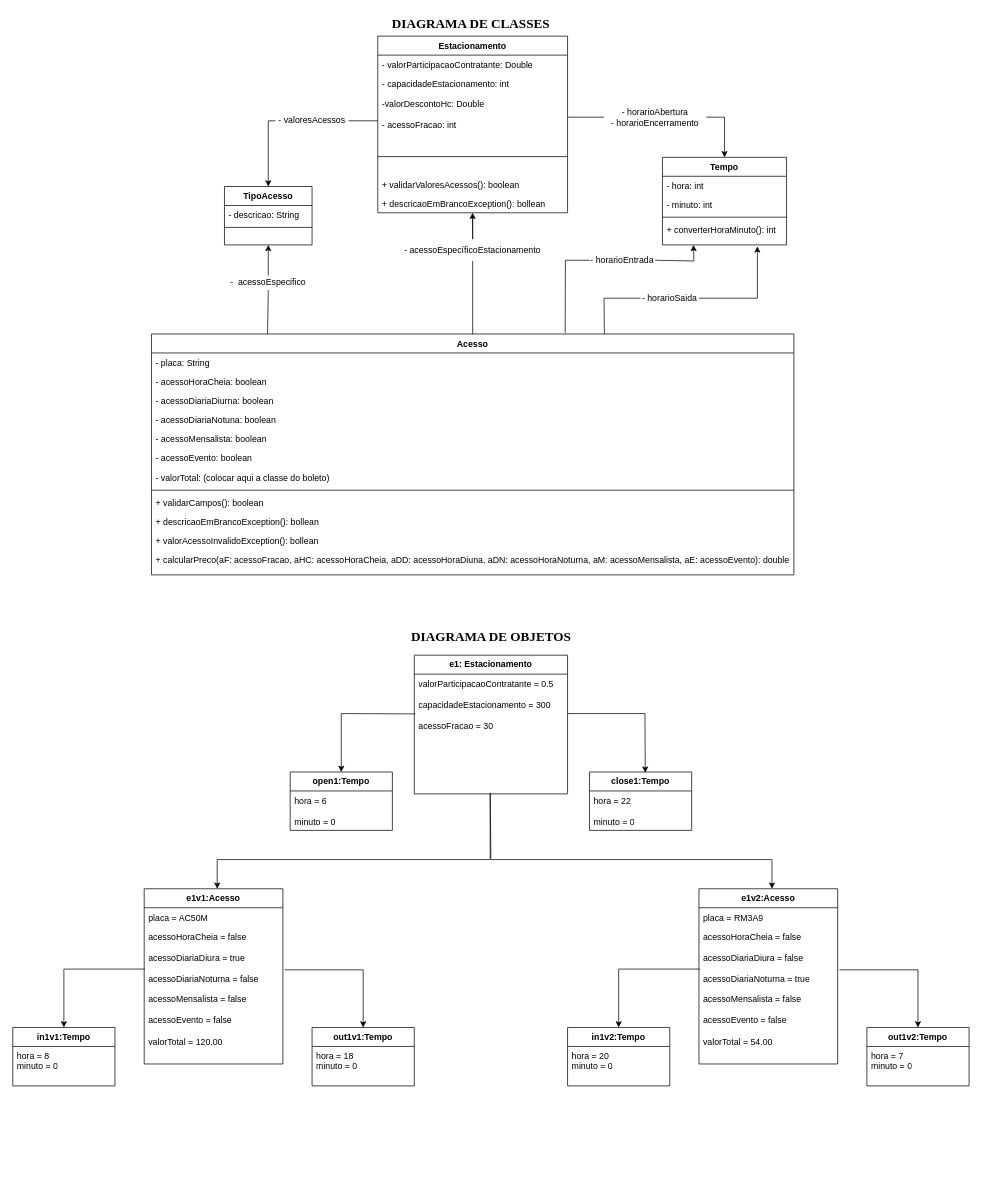
rodwendrel/orientacao-objetos keeps this draw.io diagram as diagramas/diagrama-classes.drawio. Above is the earlier version. Source tidied: cells renumbered, new cells numbered last; positions are measured from the earlier drawing's top-left corner, leaving out a move shared by most shapes. Both pictures are drawn from the tidied source at 73%, with x=0, y=0 at pixel (12, 12).
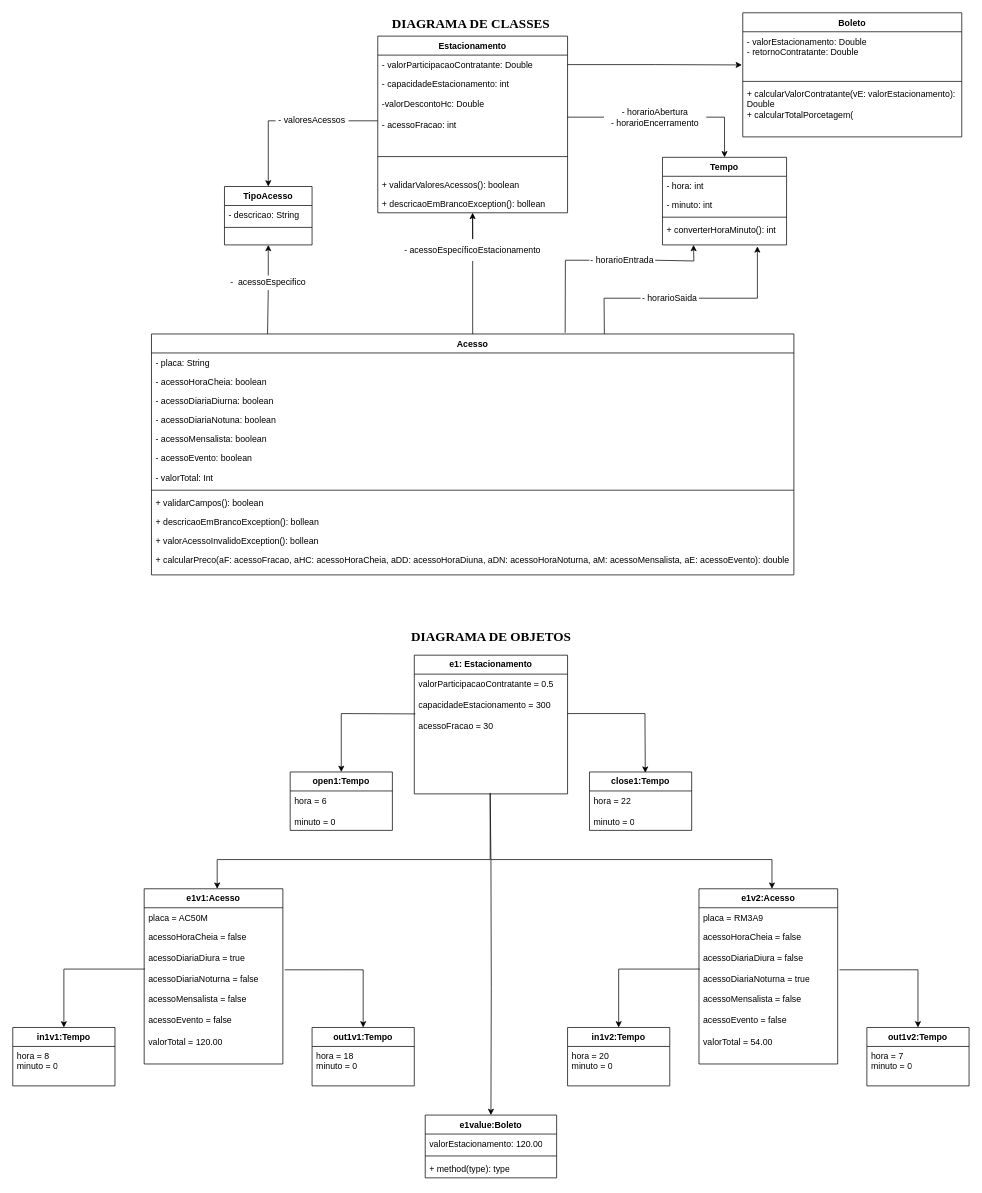
The same page after the edit.

Unchanged cells that the change refers to:
```xml
<mxCell id="3" value="- valorParticipacaoContratante: Double" style="text;align=left;verticalAlign=top;spacingLeft=4;spacingRight=4;overflow=hidden;points=[[0,0.5],[1,0.5]];portConstraint=eastwest;rounded=0;shadow=0;html=0;" parent="2" vertex="1">
  <mxGeometry y="26" width="260" height="26" as="geometry" />
</mxCell>
<mxCell id="8" value="Acesso" style="swimlane;fontStyle=1;align=center;verticalAlign=top;horizontal=1;startSize=26;rounded=0;shadow=0;strokeWidth=1;" parent="1" vertex="1">
  <mxGeometry x="190" y="440" width="880" height="330" as="geometry" />
</mxCell>
<mxCell id="49" value="&lt;b&gt;e1: Estacionamento&lt;/b&gt;" style="swimlane;fontStyle=0;horizontal=1;startSize=26;fillColor=none;whiteSpace=wrap;html=1;" parent="1" vertex="1">
  <mxGeometry x="550" y="880" width="210" height="190" as="geometry" />
</mxCell>
```

What changed in the source:
```diff
@@
-    <mxCell id="14" value="- acessoEvento: boolean&#10;&#10;- valorTotal: (colocar aqui a classe do boleto)" style="text;align=left;verticalAlign=top;spacingLeft=4;spacingRight=4;overflow=hidden;" parent="8" vertex="1">
+    <mxCell id="14" value="- acessoEvento: boolean&#10;&#10;- valorTotal: Int" style="text;align=left;verticalAlign=top;spacingLeft=4;spacingRight=4;overflow=hidden;" parent="8" vertex="1">
       <mxGeometry y="156" width="880" height="54" as="geometry" />
     </mxCell>
@@
-    <mxCell id="19" value="+ calcularPreco(aF: acessoFracao, aHC: acessoHoraCheia, aDD: acessoHoraDiuna, aDN: acessoHoraNoturna, aM: acessoMensalista, aE: acessoEvento): double" style="text;align=left;verticalAlign=top;spacingLeft=4;spacingRight=4;overflow=hidden;" parent="8" vertex="1">
+    <mxCell id="19" value="+ calcularPreco(aF: acessoFracao, aHC: acessoHoraCheia, aDD: acessoHoraDiuna, aDN: acessoHoraNoturna, aM: acessoMensalista, aE: acessoEvento): double&#10;" style="text;align=left;verticalAlign=top;spacingLeft=4;spacingRight=4;overflow=hidden;" parent="8" vertex="1">
       <mxGeometry y="296" width="880" height="26" as="geometry" />
     </mxCell>
@@
-    <mxCell id="50" value="valorParticipacaoContratante&lt;span style=&quot;white-space: pre;&quot;&gt; &lt;/span&gt;= 0.5&lt;br&gt;&lt;br&gt;capacidadeEstacionamento = 300&lt;br&gt;&lt;br&gt;acessoFracao = 30" style="text;strokeColor=none;fillColor=none;align=left;verticalAlign=top;spacingLeft=4;spacingRight=4;overflow=hidden;points=[[0,0.5],[1,0.5]];portConstraint=eastwest;whiteSpace=wrap;html=1;" parent="49" vertex="1">
+    <mxCell id="50" value="valorParticipacaoContratante&lt;span style=&quot;&quot;&gt; &lt;/span&gt;= 0.5&lt;br&gt;&lt;br&gt;capacidadeEstacionamento = 300&lt;br&gt;&lt;br&gt;acessoFracao = 30&lt;br&gt;" style="text;strokeColor=none;fillColor=none;align=left;verticalAlign=top;spacingLeft=4;spacingRight=4;overflow=hidden;points=[[0,0.5],[1,0.5]];portConstraint=eastwest;whiteSpace=wrap;html=1;" parent="49" vertex="1">
       <mxGeometry y="26" width="210" height="164" as="geometry" />
     </mxCell>
@@
+    <mxCell id="77" value="Boleto" style="swimlane;fontStyle=1;align=center;verticalAlign=top;horizontal=1;startSize=26;whiteSpace=wrap;html=1;" parent="1" vertex="1">
+      <mxGeometry x="1000" width="300" height="170" as="geometry" />
+    </mxCell>
+    <mxCell id="78" value="- valorEstacionamento: Double&lt;br&gt;- retornoContratante: Double" style="text;strokeColor=none;fillColor=none;align=left;verticalAlign=top;spacingLeft=4;spacingRight=4;overflow=hidden;points=[[0,0.5],[1,0.5]];portConstraint=eastwest;whiteSpace=wrap;html=1;" parent="77" vertex="1">
+      <mxGeometry y="26" width="300" height="64" as="geometry" />
+    </mxCell>
+    <mxCell id="79" style="line;strokeWidth=1;fillColor=none;align=left;verticalAlign=middle;spacingTop=-1;spacingLeft=3;spacingRight=3;labelPosition=right;strokeColor=inherit;" parent="77" vertex="1">
+      <mxGeometry y="90" width="300" height="8" as="geometry" />
+    </mxCell>
+    <mxCell id="80" value="&lt;div style=&quot;border-color: var(--border-color); padding: 0px; margin: 0px;&quot;&gt;+ calcularValorContratante(vE: valorEstacionamento): Double&amp;nbsp;&lt;br style=&quot;border-color: var(--border-color); padding: 0px; margin: 0px;&quot;&gt;&lt;/div&gt;&lt;div style=&quot;border-color: var(--border-color); padding: 0px; margin: 0px;&quot;&gt;+ calcularTotalPorcetagem(&lt;/div&gt;" style="text;strokeColor=none;fillColor=none;align=left;verticalAlign=top;spacingLeft=4;spacingRight=4;overflow=hidden;whiteSpace=wrap;html=1;" parent="77" vertex="1">
+      <mxGeometry y="98" width="300" height="72" as="geometry" />
+    </mxCell>
+    <mxCell id="81" style="edgeStyle=orthogonalEdgeStyle;rounded=0;jettySize=auto;html=1;entryX=0.5;entryY=0;entryDx=0;entryDy=0;" parent="1" edge="1" target="82">
+      <mxGeometry relative="1" as="geometry">
+        <mxPoint x="655" y="1160" as="sourcePoint" />
+      </mxGeometry>
+    </mxCell>
+    <mxCell id="82" value="e1value:Boleto" style="swimlane;fontStyle=1;align=center;verticalAlign=top;horizontal=1;startSize=26;whiteSpace=wrap;html=1;" parent="1" vertex="1">
+      <mxGeometry x="565" y="1510" width="180" height="86" as="geometry" />
+    </mxCell>
+    <mxCell id="83" value="valorEstacionamento: 120.00" style="text;strokeColor=none;fillColor=none;align=left;verticalAlign=top;spacingLeft=4;spacingRight=4;overflow=hidden;whiteSpace=wrap;html=1;" parent="82" vertex="1">
+      <mxGeometry y="26" width="180" height="26" as="geometry" />
+    </mxCell>
+    <mxCell id="84" style="line;strokeWidth=1;fillColor=none;align=left;verticalAlign=middle;spacingTop=-1;spacingLeft=3;spacingRight=3;labelPosition=right;strokeColor=inherit;" parent="82" vertex="1">
+      <mxGeometry y="52" width="180" height="8" as="geometry" />
+    </mxCell>
+    <mxCell id="85" value="+ method(type): type" style="text;strokeColor=none;fillColor=none;align=left;verticalAlign=top;spacingLeft=4;spacingRight=4;overflow=hidden;whiteSpace=wrap;html=1;" parent="82" vertex="1">
+      <mxGeometry y="60" width="180" height="26" as="geometry" />
+    </mxCell>
+    <mxCell id="86" style="edgeStyle=orthogonalEdgeStyle;rounded=0;jettySize=auto;html=1;entryX=-0.004;entryY=0.71;entryDx=0;entryDy=0;entryPerimeter=0;" parent="1" edge="1" source="3" target="78">
+      <mxGeometry relative="1" as="geometry" />
+    </mxCell>
```
